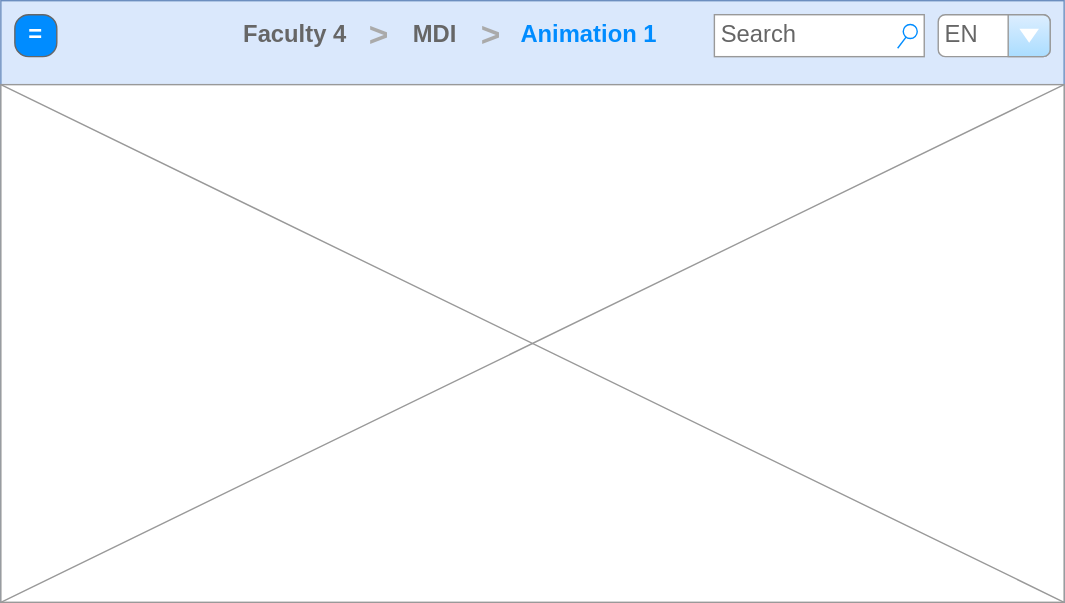
MrToWy/Bachelorarbeit keeps this draw.io diagram as Images/mockups/Grundgerüst.svg. Above is the earlier version. Source tidied: cells renumbered, new cells last; positions are measured from the earlier drawing's top-left corner, leaving out a move shared by most shapes. The source it was exported from:
```xml
<mxGraphModel>
  <root>
    <mxCell id="0" />
    <mxCell id="1" parent="0" />
    <mxCell id="2" style="rounded=0;whiteSpace=wrap;html=1;fillColor=#dae8fc;strokeColor=#6c8ebf;" parent="1" vertex="1">
      <mxGeometry width="760" height="430" as="geometry" />
    </mxCell>
    <mxCell id="3" value="Faculty 4" style="strokeWidth=1;shadow=0;dashed=0;align=center;html=1;shape=mxgraph.mockup.navigation.anchor;fontSize=17;fontColor=#666666;fontStyle=1;" parent="1" vertex="1">
      <mxGeometry x="180" y="10" width="60" height="30" as="geometry" />
    </mxCell>
    <mxCell id="4" style="strokeWidth=1;shadow=0;dashed=0;align=center;html=1;shape=mxgraph.mockup.navigation.anchor;fontSize=17;fontColor=#666666;fontStyle=1;" parent="1" vertex="1">
      <mxGeometry x="300" y="10" width="60" height="30" as="geometry" />
    </mxCell>
    <mxCell id="5" value="&gt;" style="strokeWidth=1;shadow=0;dashed=0;align=center;html=1;shape=mxgraph.mockup.navigation.anchor;fontSize=24;fontColor=#aaaaaa;fontStyle=1;" parent="1" vertex="1">
      <mxGeometry x="260" y="10" width="20" height="30" as="geometry" />
    </mxCell>
    <mxCell id="6" value="MDI" style="strokeWidth=1;shadow=0;dashed=0;align=center;html=1;shape=mxgraph.mockup.navigation.anchor;fontSize=17;fontColor=#666666;fontStyle=1;" parent="1" vertex="1">
      <mxGeometry x="280" y="10" width="60" height="30" as="geometry" />
    </mxCell>
    <mxCell id="7" value="&gt;" style="strokeWidth=1;shadow=0;dashed=0;align=center;html=1;shape=mxgraph.mockup.navigation.anchor;fontSize=24;fontColor=#aaaaaa;fontStyle=1;" parent="1" vertex="1">
      <mxGeometry x="340" y="10" width="20" height="30" as="geometry" />
    </mxCell>
    <mxCell id="8" value="Animation 1" style="strokeWidth=1;shadow=0;dashed=0;align=center;html=1;shape=mxgraph.mockup.navigation.anchor;fontSize=17;fontColor=#008cff;fontStyle=1;" parent="1" vertex="1">
      <mxGeometry x="390" y="10" width="60" height="30" as="geometry" />
    </mxCell>
    <mxCell id="9" value="Search" style="strokeWidth=1;shadow=0;dashed=0;align=center;html=1;shape=mxgraph.mockup.forms.searchBox;strokeColor=#999999;mainText=;strokeColor2=#008cff;fontColor=#666666;fontSize=17;align=left;spacingLeft=3;whiteSpace=wrap;" parent="1" vertex="1">
      <mxGeometry x="510" y="10" width="150" height="30" as="geometry" />
    </mxCell>
    <mxCell id="10" style="verticalLabelPosition=bottom;shadow=0;dashed=0;align=center;html=1;verticalAlign=top;strokeWidth=1;shape=mxgraph.mockup.graphics.simpleIcon;strokeColor=#999999;" parent="1" vertex="1">
      <mxGeometry y="60" width="760" height="370" as="geometry" />
    </mxCell>
    <mxCell id="11" value="=" style="strokeWidth=1;shadow=0;dashed=0;align=center;html=1;shape=mxgraph.mockup.buttons.button;strokeColor=#666666;fontColor=#ffffff;mainText=;buttonStyle=round;fontSize=17;fontStyle=1;fillColor=#008cff;whiteSpace=wrap;" parent="1" vertex="1">
      <mxGeometry x="10" y="10" width="30" height="30" as="geometry" />
    </mxCell>
    <mxCell id="12" value="EN" style="strokeWidth=1;shadow=0;dashed=0;align=center;html=1;shape=mxgraph.mockup.forms.comboBox;strokeColor=#999999;fillColor=#ddeeff;align=left;fillColor2=#aaddff;mainText=;fontColor=#666666;fontSize=17;spacingLeft=3;" parent="1" vertex="1">
      <mxGeometry x="670" y="10" width="80" height="30" as="geometry" />
    </mxCell>
  </root>
</mxGraphModel>
```
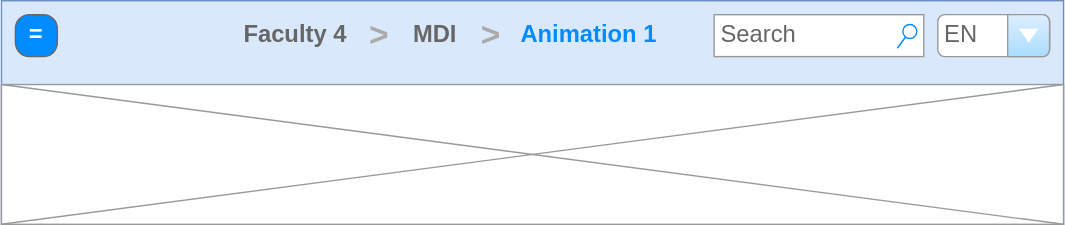
Later version of the same file.

Diff of the diagram source:
```diff
@@ -2,9 +2,9 @@
   <root>
     <mxCell id="0" />
     <mxCell id="1" parent="0" />
-    <mxCell id="2" style="rounded=0;whiteSpace=wrap;html=1;fillColor=#dae8fc;strokeColor=#6c8ebf;" parent="1" vertex="1">
-      <mxGeometry width="760" height="430" as="geometry" />
-    </mxCell>
+    <mxCell id="13" style="rounded=0;whiteSpace=wrap;html=1;fillColor=#dae8fc;strokeColor=#6c8ebf;" parent="1" vertex="1">
+      <mxGeometry width="760" height="160" as="geometry" />
+    </mxCell>
     <mxCell id="3" value="Faculty 4" style="strokeWidth=1;shadow=0;dashed=0;align=center;html=1;shape=mxgraph.mockup.navigation.anchor;fontSize=17;fontColor=#666666;fontStyle=1;" parent="1" vertex="1">
       <mxGeometry x="180" y="10" width="60" height="30" as="geometry" />
     </mxCell>
@@ -26,9 +26,9 @@
     <mxCell id="9" value="Search" style="strokeWidth=1;shadow=0;dashed=0;align=center;html=1;shape=mxgraph.mockup.forms.searchBox;strokeColor=#999999;mainText=;strokeColor2=#008cff;fontColor=#666666;fontSize=17;align=left;spacingLeft=3;whiteSpace=wrap;" parent="1" vertex="1">
       <mxGeometry x="510" y="10" width="150" height="30" as="geometry" />
     </mxCell>
-    <mxCell id="10" style="verticalLabelPosition=bottom;shadow=0;dashed=0;align=center;html=1;verticalAlign=top;strokeWidth=1;shape=mxgraph.mockup.graphics.simpleIcon;strokeColor=#999999;" parent="1" vertex="1">
-      <mxGeometry y="60" width="760" height="370" as="geometry" />
-    </mxCell>
+    <mxCell id="14" style="verticalLabelPosition=bottom;shadow=0;dashed=0;align=center;html=1;verticalAlign=top;strokeWidth=1;shape=mxgraph.mockup.graphics.simpleIcon;strokeColor=#999999;" parent="1" vertex="1">
+      <mxGeometry y="60" width="760" height="100" as="geometry" />
+    </mxCell>
     <mxCell id="11" value="=" style="strokeWidth=1;shadow=0;dashed=0;align=center;html=1;shape=mxgraph.mockup.buttons.button;strokeColor=#666666;fontColor=#ffffff;mainText=;buttonStyle=round;fontSize=17;fontStyle=1;fillColor=#008cff;whiteSpace=wrap;" parent="1" vertex="1">
       <mxGeometry x="10" y="10" width="30" height="30" as="geometry" />
     </mxCell>
```
